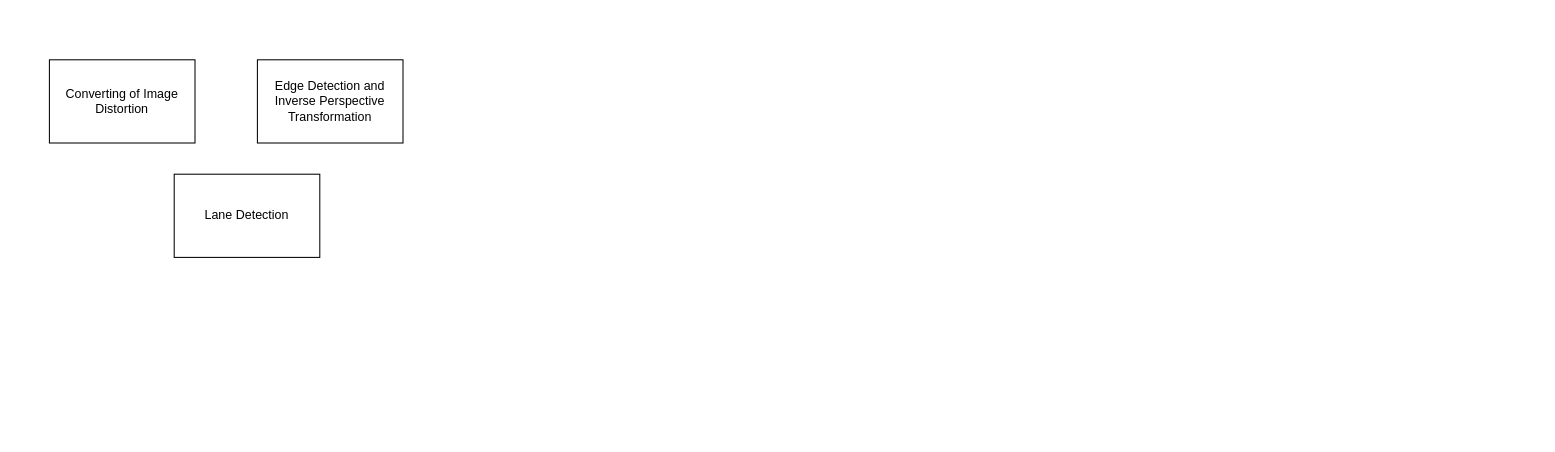
Earlier version of the draw.io diagram B1Diagram.drawio (Dieptranivsr/drawio-github). Source tidied: cells renumbered, new cells numbered last; positions are measured from the earlier drawing's top-left corner, leaving out a move shared by most shapes. Both pictures are drawn from the tidied source at 104%, with x=0, y=0 at pixel (49, 59).
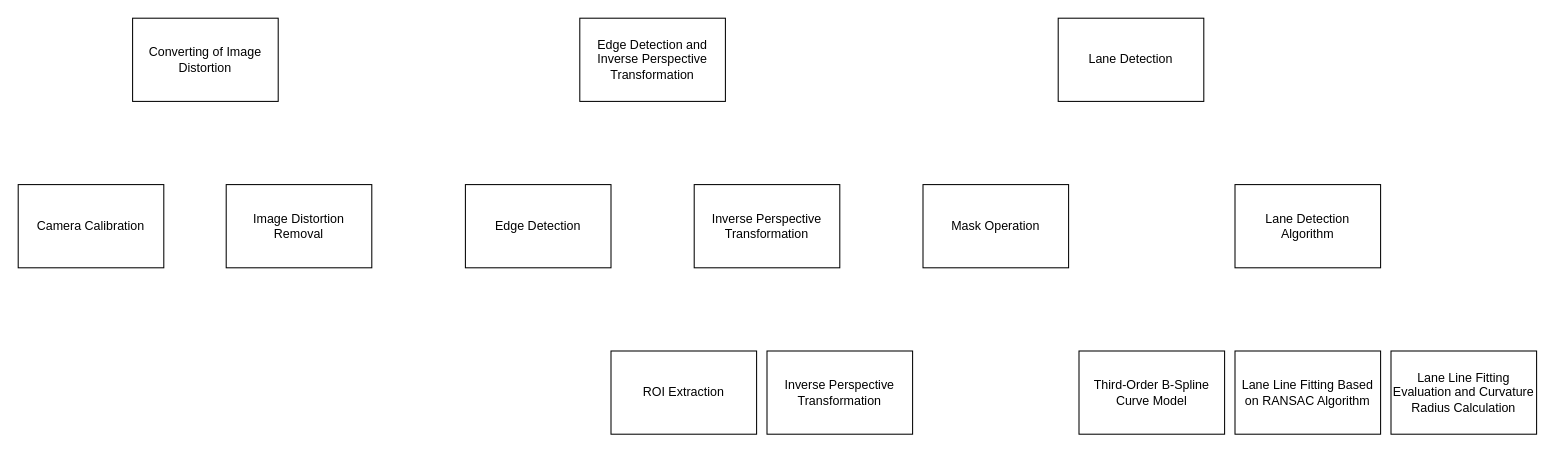
The same diagram, later.

The edit, as a diff of the source:
```diff
@@
 <mxGraphModel>
   <root>
     <mxCell id="0" />
     <mxCell id="1" parent="0" />
     <mxCell id="2" value="Converting of Image Distortion" style="rounded=0;whiteSpace=wrap;html=1;" parent="1" vertex="1">
-      <mxGeometry width="140" height="80" as="geometry" />
+      <mxGeometry x="80" y="-40" width="140" height="80" as="geometry" />
     </mxCell>
     <mxCell id="3" value="Edge Detection and Inverse Perspective Transformation" style="rounded=0;whiteSpace=wrap;html=1;" parent="1" vertex="1">
-      <mxGeometry x="200" width="140" height="80" as="geometry" />
+      <mxGeometry x="510" y="-40" width="140" height="80" as="geometry" />
     </mxCell>
     <mxCell id="4" value="Lane Detection" style="rounded=0;whiteSpace=wrap;html=1;" parent="1" vertex="1">
-      <mxGeometry x="120" y="110" width="140" height="80" as="geometry" />
+      <mxGeometry x="970" y="-40" width="140" height="80" as="geometry" />
     </mxCell>
+    <mxCell id="5" value="Camera Calibration" style="rounded=0;whiteSpace=wrap;html=1;" parent="1" vertex="1">
+      <mxGeometry x="-30" y="120" width="140" height="80" as="geometry" />
+    </mxCell>
+    <mxCell id="6" value="Inverse Perspective Transformation" style="rounded=0;whiteSpace=wrap;html=1;" parent="1" vertex="1">
+      <mxGeometry x="620" y="120" width="140" height="80" as="geometry" />
+    </mxCell>
+    <mxCell id="7" value="Edge Detection" style="rounded=0;whiteSpace=wrap;html=1;" parent="1" vertex="1">
+      <mxGeometry x="400" y="120" width="140" height="80" as="geometry" />
+    </mxCell>
+    <mxCell id="8" value="Image Distortion Removal" style="rounded=0;whiteSpace=wrap;html=1;" parent="1" vertex="1">
+      <mxGeometry x="170" y="120" width="140" height="80" as="geometry" />
+    </mxCell>
+    <mxCell id="9" value="Mask Operation" style="rounded=0;whiteSpace=wrap;html=1;" parent="1" vertex="1">
+      <mxGeometry x="840" y="120" width="140" height="80" as="geometry" />
+    </mxCell>
+    <mxCell id="10" value="ROI Extraction" style="rounded=0;whiteSpace=wrap;html=1;" parent="1" vertex="1">
+      <mxGeometry x="540" y="280" width="140" height="80" as="geometry" />
+    </mxCell>
+    <mxCell id="11" value="Inverse Perspective Transformation" style="rounded=0;whiteSpace=wrap;html=1;" parent="1" vertex="1">
+      <mxGeometry x="690" y="280" width="140" height="80" as="geometry" />
+    </mxCell>
+    <mxCell id="12" value="&lt;span style=&quot;text-align: left&quot;&gt;Lane Detection &lt;br&gt;Algorithm&lt;/span&gt;" style="rounded=0;whiteSpace=wrap;html=1;" parent="1" vertex="1">
+      <mxGeometry x="1140" y="120" width="140" height="80" as="geometry" />
+    </mxCell>
+    <mxCell id="13" value="Third-Order B-Spline Curve Model" style="rounded=0;whiteSpace=wrap;html=1;" parent="1" vertex="1">
+      <mxGeometry x="990" y="280" width="140" height="80" as="geometry" />
+    </mxCell>
+    <mxCell id="14" value="&lt;span style=&quot;text-align: left&quot;&gt;Lane Line Fitting Based on RANSAC Algorithm&lt;/span&gt;" style="rounded=0;whiteSpace=wrap;html=1;" parent="1" vertex="1">
+      <mxGeometry x="1140" y="280" width="140" height="80" as="geometry" />
+    </mxCell>
+    <mxCell id="15" value="&lt;span style=&quot;text-align: left&quot;&gt;Lane Line Fitting Evaluation and Curvature Radius Calculation&lt;/span&gt;" style="rounded=0;whiteSpace=wrap;html=1;" parent="1" vertex="1">
+      <mxGeometry x="1290" y="280" width="140" height="80" as="geometry" />
+    </mxCell>
   </root>
 </mxGraphModel>
```
